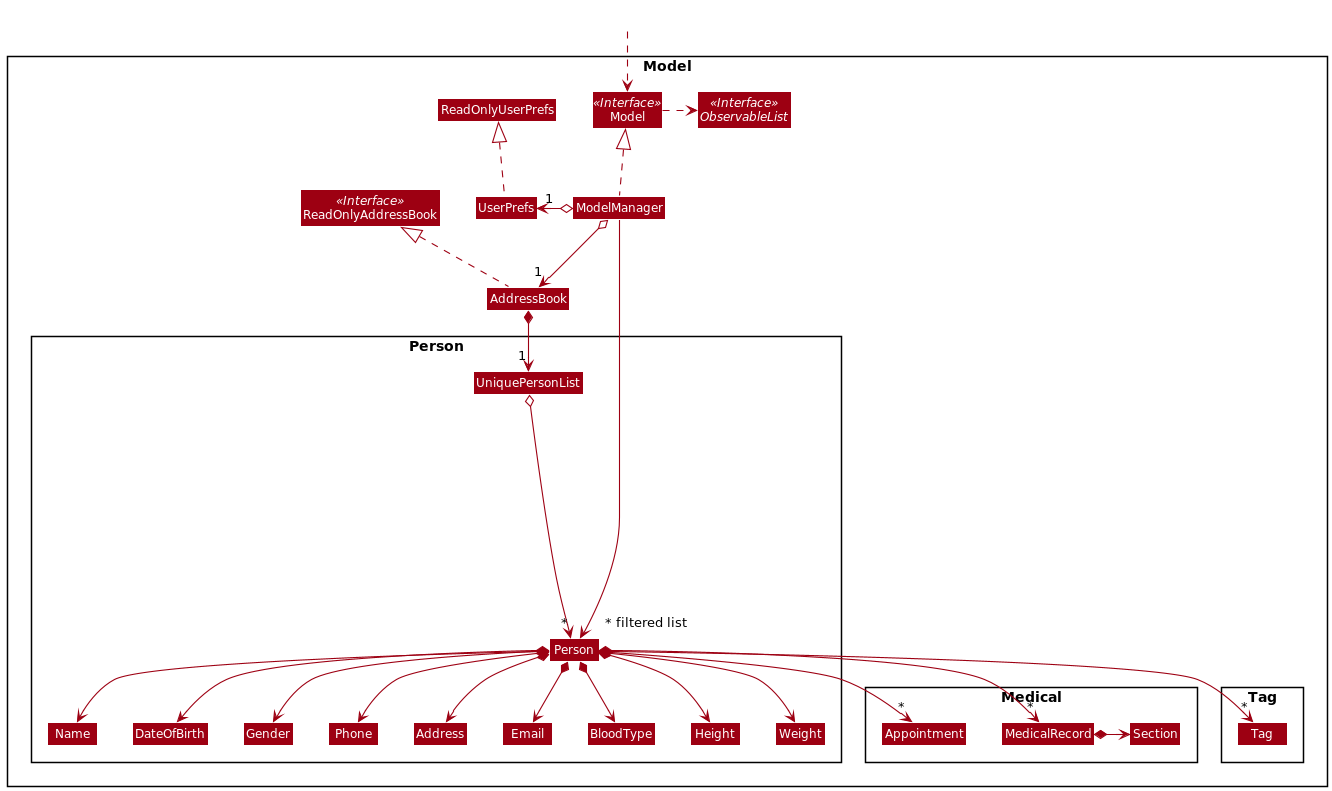
nus-cs2103-AY2021S2/tp keeps this PlantUML diagram as docs/images/ModelClassDiagram.png. Above is the earlier version.
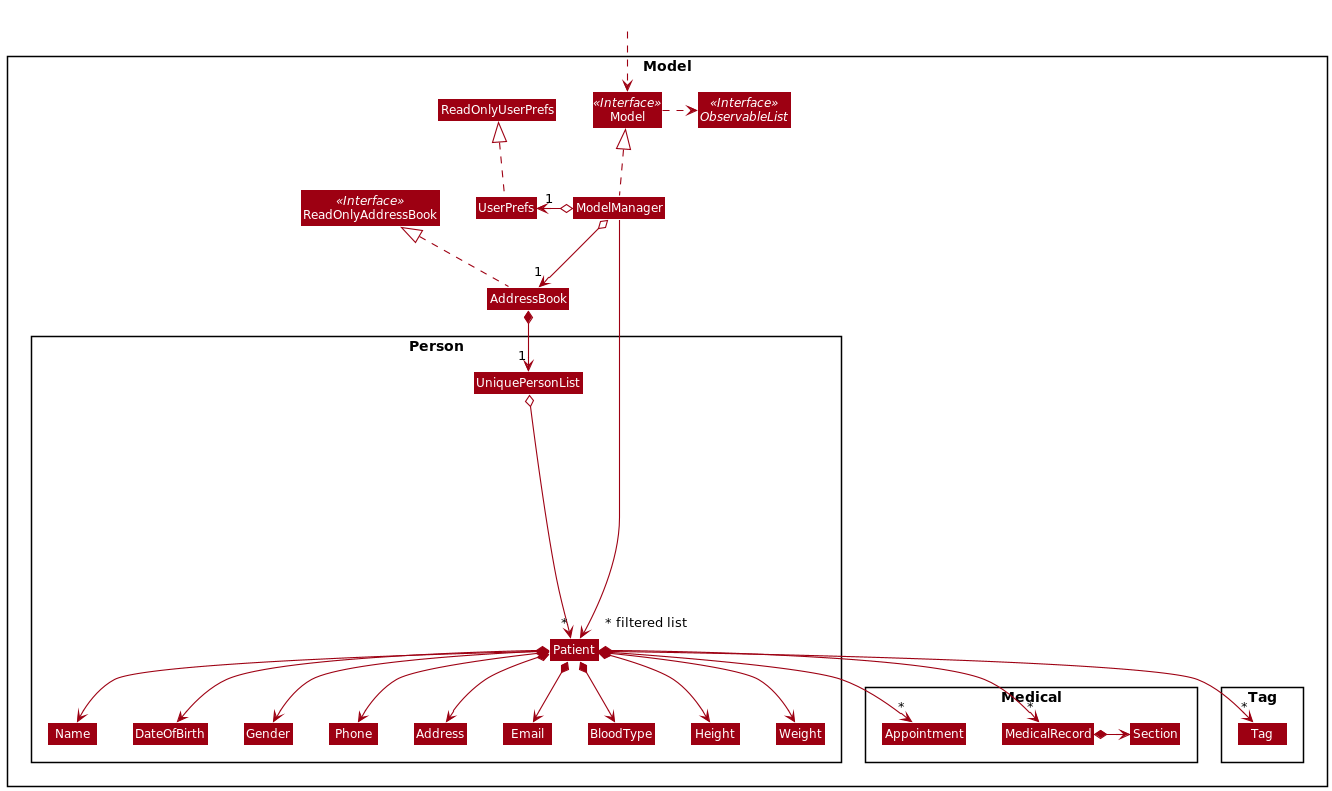
After the commit.

Change to the diagram source:
```diff
@@ -16,7 +16,7 @@
 Class ReadOnlyUserPrefs
 
 Package Person {
-Class Person
+Class Patient
 Class DateOfBirth
 Class Gender
 Class Address
@@ -53,19 +53,19 @@
 UserPrefs .up.|> ReadOnlyUserPrefs
 
 AddressBook *--> "1" UniquePersonList
-UniquePersonList o-----> "*" Person
-Person *--> Name
-Person *--> DateOfBirth
-Person *--> Gender
-Person *--> Phone
-Person *--> Email
-Person *--> Address
-Person *--> BloodType
-Person *--> Height
-Person *--> Weight
-Person *--> "*" Tag
-Person *--> "*" Appointment
-Person *--> "*" MedicalRecord
+UniquePersonList o-----> "*" Patient
+Patient *--> Name
+Patient *--> DateOfBirth
+Patient *--> Gender
+Patient *--> Phone
+Patient *--> Email
+Patient *--> Address
+Patient *--> BloodType
+Patient *--> Height
+Patient *--> Weight
+Patient *--> "*" Tag
+Patient *--> "*" Appointment
+Patient *--> "*" MedicalRecord
 
 MedicalRecord *-> Section
 
@@ -79,5 +79,5 @@
 Height -[hidden]right-> Weight
 
 
-ModelManager ----->" ~* filtered list" Person
+ModelManager ----->" ~* filtered list" Patient
 @enduml
```
